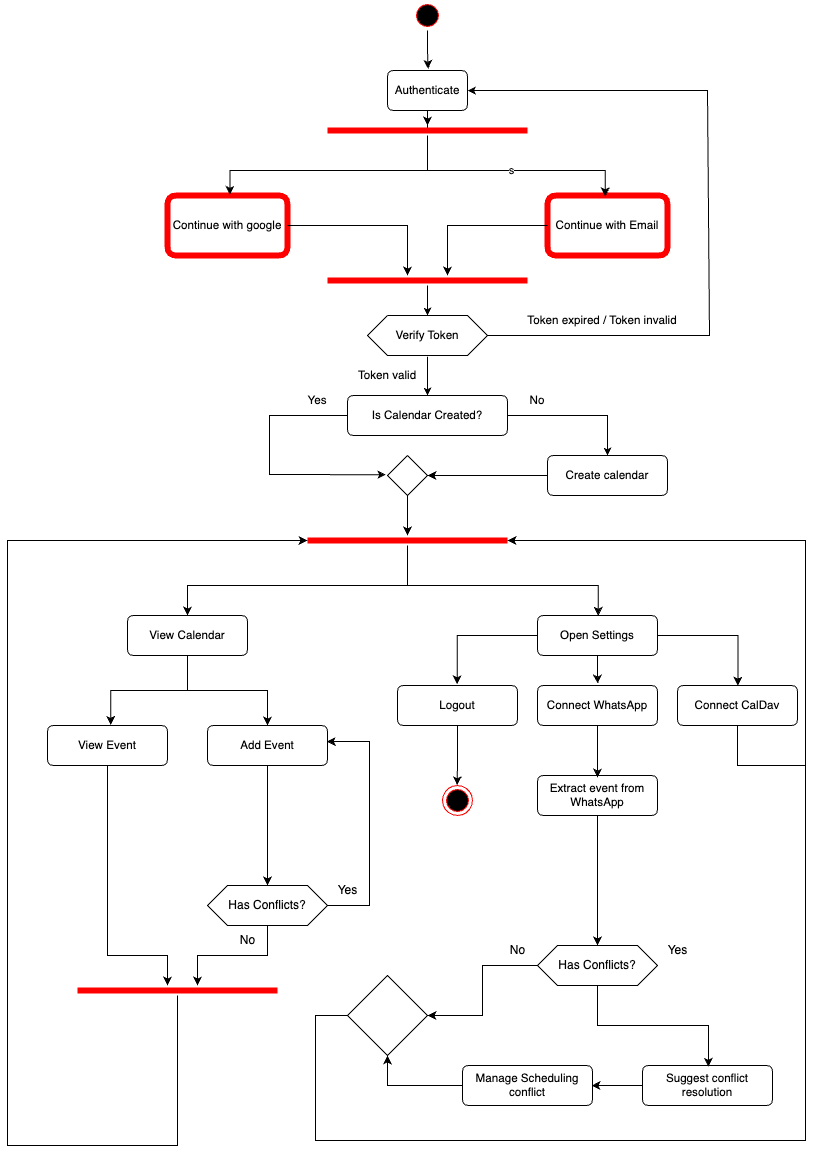
Earlier version of the draw.io export docs/gp1/images/activity-diagram.png (jadwalapp/symmetrical-spoon). Source tidied: cells renumbered, new cells last; positions are measured from the earlier drawing's top-left corner, leaving out a move shared by most shapes.
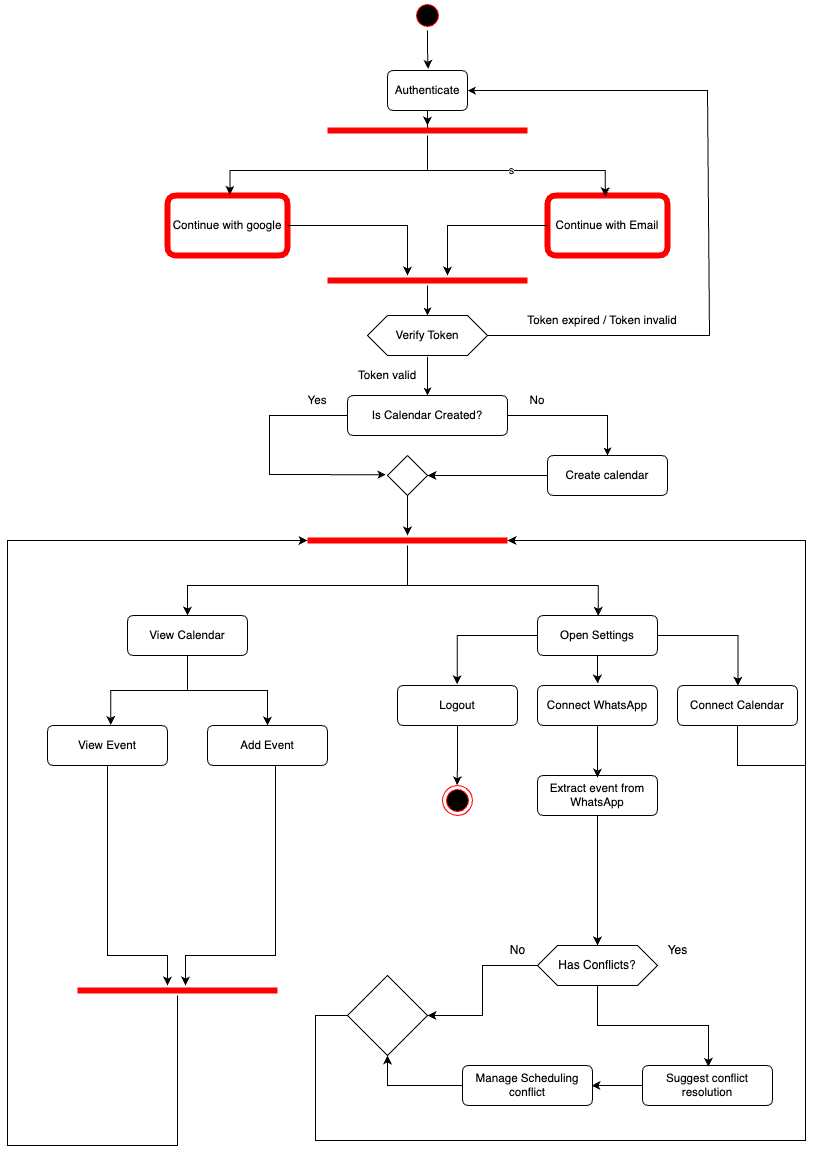
Later version of the same file.

Commit message:
update the activity diagram

Change to the diagram source:
```diff
@@ -55,9 +55,6 @@
     <mxCell id="17" style="vsdxID=31;fillColor=#ffffff;gradientColor=none;shape=(stored shape, 172 characters);strokeColor=#000000;spacingTop=-3;spacingBottom=-3;spacingLeft=-3;spacingRight=-3;points=[];labelBackgroundColor=none;rounded=0;html=1;whiteSpace=wrap;" parent="1" vertex="1">
       <mxGeometry x="380" y="455" width="40" height="40" as="geometry" />
     </mxCell>
-    <mxCell id="18" style="edgeStyle=orthogonalEdgeStyle;rounded=0;jettySize=auto;html=1;entryX=0.5;entryY=0;entryDx=0;entryDy=0;" parent="1" edge="1" source="19" target="66">
-      <mxGeometry relative="1" as="geometry" />
-    </mxCell>
     <mxCell id="19" value="&lt;div style=&quot;&quot;&gt;&lt;span style=&quot;font-size: 11.64px;&quot;&gt;Add Event&lt;/span&gt;&lt;/div&gt;" style="verticalAlign=middle;align=center;overflow=width;vsdxID=40;fillColor=#ffffff;gradientColor=none;shape=(stored shape, 188 characters);strokeColor=#000000;spacingTop=-3;spacingBottom=-3;spacingLeft=-3;spacingRight=-3;points=[];labelBackgroundColor=none;rounded=1;html=1;whiteSpace=wrap;" parent="1" vertex="1">
       <mxGeometry x="200" y="725" width="120" height="40" as="geometry" />
     </mxCell>
@@ -165,7 +162,7 @@
         </Array>
       </mxGeometry>
     </mxCell>
-    <mxCell id="44" value="&lt;div style=&quot;font-size: 1px&quot;&gt;&lt;font style=&quot;font-size:11.64px;font-family:Helvetica;color:#000000;direction:ltr;letter-spacing:0px;line-height:120%;opacity:1&quot;&gt;Connect CalDav&lt;/font&gt;&lt;/div&gt;" style="verticalAlign=middle;align=center;overflow=width;vsdxID=24;fillColor=#ffffff;gradientColor=none;shape=(stored shape, 188 characters);strokeColor=#000000;spacingTop=-3;spacingBottom=-3;spacingLeft=-3;spacingRight=-3;points=[];labelBackgroundColor=none;rounded=1;html=1;whiteSpace=wrap;" parent="1" vertex="1">
+    <mxCell id="44" value="&lt;div style=&quot;font-size: 1px&quot;&gt;&lt;font style=&quot;font-size: 11.64px; font-family: Helvetica; color: rgb(0, 0, 0); direction: ltr; letter-spacing: 0px; line-height: 120%; opacity: 1;&quot;&gt;Connect Calendar&lt;/font&gt;&lt;/div&gt;" style="verticalAlign=middle;align=center;overflow=width;vsdxID=24;fillColor=#ffffff;gradientColor=none;shape=(stored shape, 188 characters);strokeColor=#000000;spacingTop=-3;spacingBottom=-3;spacingLeft=-3;spacingRight=-3;points=[];labelBackgroundColor=none;rounded=1;html=1;whiteSpace=wrap;" parent="1" vertex="1">
       <mxGeometry x="670" y="685" width="120" height="40" as="geometry" />
     </mxCell>
     <mxCell id="45" value="&lt;div style=&quot;&quot;&gt;&lt;span style=&quot;font-size: 11.64px;&quot;&gt;Logout&lt;/span&gt;&lt;/div&gt;" style="verticalAlign=middle;align=center;overflow=width;vsdxID=24;fillColor=#ffffff;gradientColor=none;shape=(stored shape, 188 characters);strokeColor=#000000;spacingTop=-3;spacingBottom=-3;spacingLeft=-3;spacingRight=-3;points=[];labelBackgroundColor=none;rounded=1;html=1;whiteSpace=wrap;" parent="1" vertex="1">
@@ -260,32 +257,6 @@
     <mxCell id="65" style="rhombus;whiteSpace=wrap;html=1;" parent="1" vertex="1">
       <mxGeometry x="340" y="975" width="80" height="80" as="geometry" />
     </mxCell>
-    <mxCell id="66" value="Has Conflicts?" style="shape=hexagon;perimeter=hexagonPerimeter2;whiteSpace=wrap;html=1;fixedSize=1;" parent="1" vertex="1">
-      <mxGeometry x="200" y="885" width="120" height="40" as="geometry" />
-    </mxCell>
-    <mxCell id="67" style="edgeStyle=orthogonalEdgeStyle;rounded=0;jettySize=auto;html=1;entryX=0.994;entryY=0.4;entryDx=0;entryDy=0;entryPerimeter=0;" parent="1" edge="1" source="66" target="19">
-      <mxGeometry relative="1" as="geometry">
-        <Array as="points">
-          <mxPoint x="362" y="905" />
-          <mxPoint x="362" y="741" />
-        </Array>
-      </mxGeometry>
-    </mxCell>
-    <mxCell id="68" value="Yes" style="text;html=1;align=center;verticalAlign=middle;strokeColor=none;fillColor=none;" parent="1" vertex="1">
-      <mxGeometry x="320" y="875" width="40" height="30" as="geometry" />
-    </mxCell>
-    <mxCell id="69" value="No" style="text;html=1;align=center;verticalAlign=middle;strokeColor=none;fillColor=none;" parent="1" vertex="1">
-      <mxGeometry x="220" y="925" width="40" height="30" as="geometry" />
-    </mxCell>
-    <mxCell id="70" style="edgeStyle=orthogonalEdgeStyle;rounded=0;jettySize=auto;html=1;" parent="1" edge="1" source="66">
-      <mxGeometry relative="1" as="geometry">
-        <mxPoint x="190" y="985" as="targetPoint" />
-        <Array as="points">
-          <mxPoint x="260" y="955" />
-          <mxPoint x="190" y="955" />
-        </Array>
-      </mxGeometry>
-    </mxCell>
     <mxCell id="71" style="edgeStyle=orthogonalEdgeStyle;rounded=0;jettySize=auto;html=1;entryX=0.992;entryY=0.503;entryDx=0;entryDy=0;entryPerimeter=0;" parent="1" edge="1" source="21" target="26">
       <mxGeometry relative="1" as="geometry" />
     </mxCell>
@@ -313,5 +284,14 @@
         </Array>
       </mxGeometry>
     </mxCell>
+    <mxCell id="76" style="edgeStyle=orthogonalEdgeStyle;rounded=0;jettySize=auto;html=1;" parent="1" edge="1" source="19">
+      <mxGeometry relative="1" as="geometry">
+        <mxPoint x="178" y="985" as="targetPoint" />
+        <Array as="points">
+          <mxPoint x="268" y="955" />
+          <mxPoint x="178" y="955" />
+        </Array>
+      </mxGeometry>
+    </mxCell>
   </root>
 </mxGraphModel>
```
